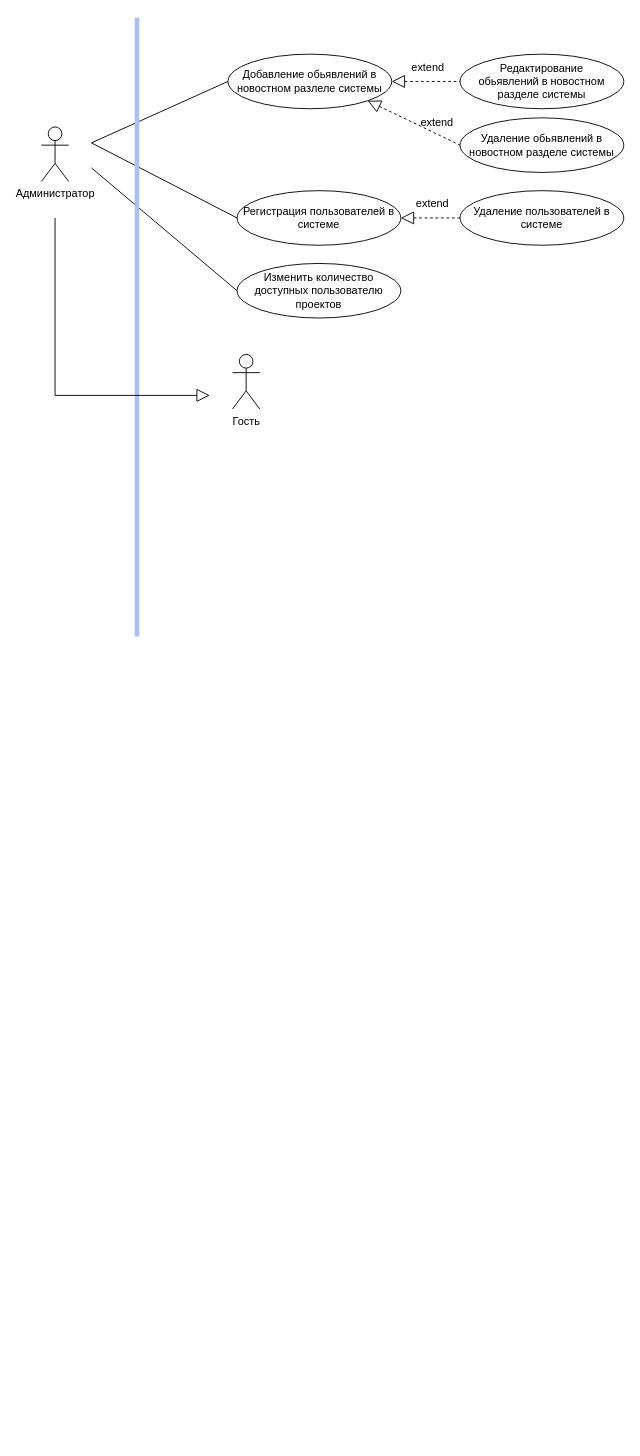
UlrixSingle/task-manager-suai-23 keeps this draw.io diagram as page "Page-4" (4 of 4) of doc/use-case.drawio. Above is the earlier version. Source tidied: cells renumbered, new cells numbered last; positions are measured from the earlier drawing's top-left corner, leaving out a move shared by most shapes. Both pictures are drawn from the tidied source at 91%, with x=0, y=0 at pixel (18, 17).
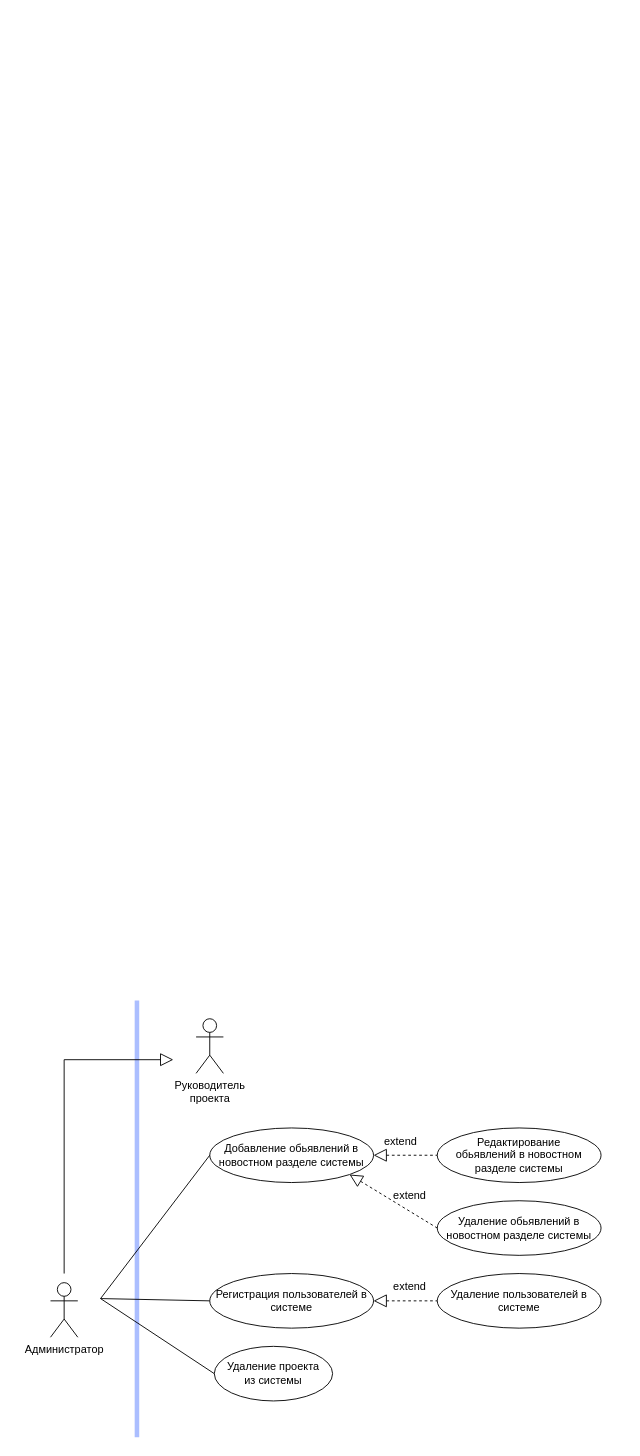
After the change.

Diff of the diagram source:
```diff
@@
-    <mxCell id="0" />
-    <mxCell id="1" parent="0" />
-    <mxCell id="2" style="group;" parent="1" vertex="1">
-      <mxGeometry y="110" width="80" height="110" as="geometry" />
-    </mxCell>
+    <mxCell id="25" />
+    <mxCell id="26" parent="25" />
+    <mxCell id="27" style="endArrow=none;html=1;rounded=0;edgeStyle=orthogonalEdgeStyle;fillColor=#dae8fc;strokeColor=#ABBEFF;strokeWidth=5;" parent="26" edge="1">
+      <mxGeometry relative="1" as="geometry">
+        <mxPoint x="130" y="1560" as="sourcePoint" />
+        <mxPoint x="130" y="1080" as="targetPoint" />
+        <Array as="points">
+          <mxPoint x="130" y="1450" />
+        </Array>
+      </mxGeometry>
+    </mxCell>
+    <mxCell id="28" style="group;" parent="26" vertex="1">
+      <mxGeometry x="10" y="1380" width="80" height="110" as="geometry" />
+    </mxCell>
-    <mxCell id="3" value="Администратор" style="shape=umlActor;verticalLabelPosition=bottom;verticalAlign=top;html=1;" parent="2" vertex="1">
+    <mxCell id="3" value="Администратор" style="shape=umlActor;verticalLabelPosition=bottom;verticalAlign=top;html=1;" parent="28" vertex="1">
       <mxGeometry x="25" y="10" width="30" height="60" as="geometry" />
     </mxCell>
-    <mxCell id="4" style="rounded=0;whiteSpace=wrap;html=1;fillColor=none;strokeColor=none;" parent="2" vertex="1">
-      <mxGeometry width="80" height="110" as="geometry" />
-    </mxCell>
-    <mxCell id="5" style="edgeStyle=none;rounded=0;jumpStyle=none;jumpSize=6;jettySize=auto;html=1;exitX=1;exitY=0.5;exitDx=0;exitDy=0;entryX=0;entryY=0.5;entryDx=0;entryDy=0;dashed=1;startArrow=block;startFill=0;endArrow=none;endFill=0;startSize=12;endSize=12;targetPerimeterSpacing=0;strokeColor=#000000;strokeWidth=1;" parent="1" edge="1" source="7" target="14">
-      <mxGeometry relative="1" as="geometry" />
-    </mxCell>
-    <mxCell id="6" style="edgeStyle=none;rounded=0;jumpStyle=none;jumpSize=6;jettySize=auto;html=1;exitX=1;exitY=1;exitDx=0;exitDy=0;entryX=0;entryY=0.5;entryDx=0;entryDy=0;dashed=1;startArrow=block;startFill=0;endArrow=none;endFill=0;startSize=12;endSize=12;targetPerimeterSpacing=0;strokeColor=#000000;strokeWidth=1;" parent="1" edge="1" source="7" target="15">
-      <mxGeometry relative="1" as="geometry" />
-    </mxCell>
-    <mxCell id="7" value="Добавление обьявлений в новостном разлеле системы" style="ellipse;whiteSpace=wrap;html=1;" parent="1" vertex="1">
-      <mxGeometry x="230" y="40" width="180" height="60" as="geometry" />
-    </mxCell>
-    <mxCell id="8" style="edgeStyle=none;rounded=0;jumpStyle=none;jumpSize=6;jettySize=auto;html=1;exitX=1;exitY=0.25;exitDx=0;exitDy=0;entryX=0;entryY=0.5;entryDx=0;entryDy=0;startArrow=none;startFill=0;endArrow=none;endFill=0;startSize=12;endSize=12;targetPerimeterSpacing=0;strokeColor=#000000;strokeWidth=1;" parent="1" edge="1" source="4" target="7">
-      <mxGeometry relative="1" as="geometry" />
-    </mxCell>
+    <mxCell id="29" style="rounded=0;whiteSpace=wrap;html=1;fillColor=none;strokeColor=none;" parent="28" vertex="1">
+      <mxGeometry width="80" height="110" as="geometry" />
+    </mxCell>
+    <mxCell id="30" style="edgeStyle=none;rounded=0;jumpStyle=none;jumpSize=6;jettySize=auto;html=1;exitX=1;exitY=0.5;exitDx=0;exitDy=0;entryX=0;entryY=0.5;entryDx=0;entryDy=0;dashed=1;startArrow=block;startFill=0;endArrow=none;endFill=0;startSize=12;endSize=12;targetPerimeterSpacing=0;strokeColor=#000000;strokeWidth=1;" parent="26" edge="1" source="32" target="14">
+      <mxGeometry relative="1" as="geometry" />
+    </mxCell>
+    <mxCell id="31" style="edgeStyle=none;rounded=0;jumpStyle=none;jumpSize=6;jettySize=auto;html=1;exitX=1;exitY=1;exitDx=0;exitDy=0;entryX=0;entryY=0.5;entryDx=0;entryDy=0;dashed=1;startArrow=block;startFill=0;endArrow=none;endFill=0;startSize=12;endSize=12;targetPerimeterSpacing=0;strokeColor=#000000;strokeWidth=1;" parent="26" edge="1" source="32" target="15">
+      <mxGeometry relative="1" as="geometry" />
+    </mxCell>
+    <mxCell id="32" value="Добавление обьявлений в новостном разделе системы" style="ellipse;whiteSpace=wrap;html=1;" parent="26" vertex="1">
+      <mxGeometry x="210" y="1220" width="180" height="60" as="geometry" />
+    </mxCell>
+    <mxCell id="33" style="edgeStyle=none;rounded=0;jumpStyle=none;jumpSize=6;jettySize=auto;html=1;exitX=1;exitY=0.25;exitDx=0;exitDy=0;entryX=0;entryY=0.5;entryDx=0;entryDy=0;startArrow=none;startFill=0;endArrow=none;endFill=0;startSize=12;endSize=12;targetPerimeterSpacing=0;strokeColor=#000000;strokeWidth=1;" parent="26" edge="1" source="29" target="32">
+      <mxGeometry relative="1" as="geometry" />
+    </mxCell>
-    <mxCell id="9" style="edgeStyle=none;rounded=0;jumpStyle=none;jumpSize=6;jettySize=auto;html=1;exitX=1;exitY=0.5;exitDx=0;exitDy=0;entryX=0;entryY=0.5;entryDx=0;entryDy=0;dashed=1;startArrow=block;startFill=0;endArrow=none;endFill=0;startSize=12;endSize=12;targetPerimeterSpacing=0;strokeColor=#000000;strokeWidth=1;" parent="1" edge="1" source="10" target="16">
+    <mxCell id="9" style="edgeStyle=none;rounded=0;jumpStyle=none;jumpSize=6;jettySize=auto;html=1;exitX=1;exitY=0.5;exitDx=0;exitDy=0;entryX=0;entryY=0.5;entryDx=0;entryDy=0;dashed=1;startArrow=block;startFill=0;endArrow=none;endFill=0;startSize=12;endSize=12;targetPerimeterSpacing=0;strokeColor=#000000;strokeWidth=1;" parent="26" edge="1" source="10" target="16">
       <mxGeometry relative="1" as="geometry" />
     </mxCell>
-    <mxCell id="10" value="Регистрация пользователей в системе" style="ellipse;whiteSpace=wrap;html=1;" parent="1" vertex="1">
-      <mxGeometry x="240" y="190" width="180" height="60" as="geometry" />
+    <mxCell id="10" value="Регистрация пользователей в системе" style="ellipse;whiteSpace=wrap;html=1;" parent="26" vertex="1">
+      <mxGeometry x="210" y="1380" width="180" height="60" as="geometry" />
     </mxCell>
-    <mxCell id="11" style="edgeStyle=none;rounded=0;jumpStyle=none;jumpSize=6;jettySize=auto;html=1;exitX=1;exitY=0.25;exitDx=0;exitDy=0;entryX=0;entryY=0.5;entryDx=0;entryDy=0;startArrow=none;startFill=0;endArrow=none;endFill=0;startSize=12;endSize=12;targetPerimeterSpacing=0;strokeColor=#000000;strokeWidth=1;" parent="1" edge="1" source="4" target="10">
-      <mxGeometry relative="1" as="geometry" />
-    </mxCell>
-    <mxCell id="12" value="Изменить количество доступных пользователю проектов" style="ellipse;whiteSpace=wrap;html=1;" parent="1" vertex="1">
-      <mxGeometry x="240" y="270" width="180" height="60" as="geometry" />
-    </mxCell>
-    <mxCell id="13" style="edgeStyle=none;rounded=0;jumpStyle=none;jumpSize=6;jettySize=auto;html=1;exitX=1;exitY=0.5;exitDx=0;exitDy=0;entryX=0;entryY=0.5;entryDx=0;entryDy=0;startArrow=none;startFill=0;endArrow=none;endFill=0;startSize=12;endSize=12;targetPerimeterSpacing=0;strokeColor=#000000;strokeWidth=1;" parent="1" edge="1" source="4" target="12">
-      <mxGeometry relative="1" as="geometry" />
-    </mxCell>
+    <mxCell id="34" style="edgeStyle=none;rounded=0;jumpStyle=none;jumpSize=6;jettySize=auto;html=1;exitX=1;exitY=0.25;exitDx=0;exitDy=0;entryX=0;entryY=0.5;entryDx=0;entryDy=0;startArrow=none;startFill=0;endArrow=none;endFill=0;startSize=12;endSize=12;targetPerimeterSpacing=0;strokeColor=#000000;strokeWidth=1;" parent="26" edge="1" source="29" target="10">
+      <mxGeometry relative="1" as="geometry" />
+    </mxCell>
-    <mxCell id="14" value="Редактирование&lt;br&gt;обьявлений в новостном разделе системы" style="ellipse;whiteSpace=wrap;html=1;" parent="1" vertex="1">
-      <mxGeometry x="485" y="40" width="180" height="60" as="geometry" />
+    <mxCell id="14" value="Редактирование&lt;br&gt;обьявлений в новостном разделе системы" style="ellipse;whiteSpace=wrap;html=1;" parent="26" vertex="1">
+      <mxGeometry x="460" y="1220" width="180" height="60" as="geometry" />
     </mxCell>
-    <mxCell id="15" value="Удаление обьявлений в новостном разделе системы" style="ellipse;whiteSpace=wrap;html=1;" parent="1" vertex="1">
-      <mxGeometry x="485" y="110" width="180" height="60" as="geometry" />
+    <mxCell id="15" value="Удаление обьявлений в новостном разделе системы" style="ellipse;whiteSpace=wrap;html=1;" parent="26" vertex="1">
+      <mxGeometry x="460" y="1300" width="180" height="60" as="geometry" />
     </mxCell>
-    <mxCell id="16" value="Удаление пользователей в системе" style="ellipse;whiteSpace=wrap;html=1;" parent="1" vertex="1">
-      <mxGeometry x="485" y="190" width="180" height="60" as="geometry" />
+    <mxCell id="16" value="Удаление пользователей в системе" style="ellipse;whiteSpace=wrap;html=1;" parent="26" vertex="1">
+      <mxGeometry x="460" y="1380" width="180" height="60" as="geometry" />
     </mxCell>
-    <mxCell id="17" value="extend" style="text;html=1;strokeColor=none;fillColor=none;align=center;verticalAlign=middle;whiteSpace=wrap;rounded=0;" parent="1" vertex="1">
-      <mxGeometry x="425" y="190" width="60" height="30" as="geometry" />
-    </mxCell>
-    <mxCell id="18" value="extend" style="text;html=1;strokeColor=none;fillColor=none;align=center;verticalAlign=middle;whiteSpace=wrap;rounded=0;" parent="1" vertex="1">
-      <mxGeometry x="430" y="100" width="60" height="30" as="geometry" />
-    </mxCell>
-    <mxCell id="19" value="extend" style="text;html=1;strokeColor=none;fillColor=none;align=center;verticalAlign=middle;whiteSpace=wrap;rounded=0;" parent="1" vertex="1">
-      <mxGeometry x="420" y="40" width="60" height="30" as="geometry" />
-    </mxCell>
-    <mxCell id="20" style="endArrow=none;html=1;rounded=0;edgeStyle=orthogonalEdgeStyle;fillColor=#dae8fc;strokeColor=#ABBEFF;strokeWidth=5;" parent="1" edge="1">
-      <mxGeometry relative="1" as="geometry">
-        <mxPoint x="130" y="680" as="sourcePoint" />
-        <mxPoint x="130" as="targetPoint" />
-        <Array as="points">
-          <mxPoint x="130" y="525" />
-          <mxPoint x="130" y="475" />
-        </Array>
-      </mxGeometry>
-    </mxCell>
-    <mxCell id="21" style="group;" parent="1" vertex="1">
-      <mxGeometry x="210" y="360" width="80" height="110" as="geometry" />
-    </mxCell>
-    <mxCell id="22" value="Гость" style="shape=umlActor;verticalLabelPosition=bottom;verticalAlign=top;html=1;" parent="21" vertex="1">
-      <mxGeometry x="25" y="10" width="30" height="60" as="geometry" />
-    </mxCell>
-    <mxCell id="23" style="rounded=0;whiteSpace=wrap;html=1;fillColor=none;strokeColor=none;" parent="21" vertex="1">
-      <mxGeometry width="80" height="110" as="geometry" />
-    </mxCell>
-    <mxCell id="24" style="edgeStyle=orthogonalEdgeStyle;rounded=0;jumpStyle=none;jumpSize=6;jettySize=auto;html=1;exitX=0;exitY=0.5;exitDx=0;exitDy=0;entryX=0.5;entryY=1;entryDx=0;entryDy=0;startArrow=block;startFill=0;endArrow=none;endFill=0;startSize=12;endSize=12;targetPerimeterSpacing=0;strokeColor=#000000;strokeWidth=1;" parent="1" edge="1" source="23" target="4">
-      <mxGeometry relative="1" as="geometry" />
-    </mxCell>
+    <mxCell id="35" value="extend" style="text;html=1;strokeColor=none;fillColor=none;align=center;verticalAlign=middle;whiteSpace=wrap;rounded=0;" parent="26" vertex="1">
+      <mxGeometry x="400" y="1380" width="60" height="30" as="geometry" />
+    </mxCell>
+    <mxCell id="36" value="extend" style="text;html=1;strokeColor=none;fillColor=none;align=center;verticalAlign=middle;whiteSpace=wrap;rounded=0;" parent="26" vertex="1">
+      <mxGeometry x="400" y="1280" width="60" height="30" as="geometry" />
+    </mxCell>
+    <mxCell id="37" value="extend" style="text;html=1;strokeColor=none;fillColor=none;align=center;verticalAlign=middle;whiteSpace=wrap;rounded=0;" parent="26" vertex="1">
+      <mxGeometry x="390" y="1220" width="60" height="30" as="geometry" />
+    </mxCell>
+    <mxCell id="38" value="Удаление проекта&lt;br&gt;из системы" style="ellipse;whiteSpace=wrap;html=1;" parent="26" vertex="1">
+      <mxGeometry x="215" y="1460" width="130" height="60" as="geometry" />
+    </mxCell>
+    <mxCell id="39" style="edgeStyle=none;rounded=0;jettySize=auto;html=1;exitX=1;exitY=0.25;exitDx=0;exitDy=0;entryX=0;entryY=0.5;entryDx=0;entryDy=0;endArrow=none;endFill=0;startSize=12;endSize=12;" parent="26" edge="1" source="29" target="38">
+      <mxGeometry relative="1" as="geometry" />
+    </mxCell>
+    <mxCell id="40" style="group;" parent="26" vertex="1">
+      <mxGeometry x="170" y="1090" width="80" height="110" as="geometry" />
+    </mxCell>
+    <mxCell id="41" value="Руководитель&lt;br&gt;проекта" style="shape=umlActor;verticalLabelPosition=bottom;verticalAlign=top;html=1;" parent="40" vertex="1">
+      <mxGeometry x="25" y="10" width="30" height="60" as="geometry" />
+    </mxCell>
+    <mxCell id="42" style="rounded=0;whiteSpace=wrap;html=1;fillColor=none;strokeColor=none;" parent="40" vertex="1">
+      <mxGeometry width="80" height="110" as="geometry" />
+    </mxCell>
+    <mxCell id="43" style="edgeStyle=orthogonalEdgeStyle;rounded=0;jettySize=auto;html=1;exitX=0.5;exitY=0;exitDx=0;exitDy=0;entryX=0;entryY=0.5;entryDx=0;entryDy=0;endArrow=block;endFill=0;startSize=12;endSize=12;" parent="26" edge="1" source="29" target="42">
+      <mxGeometry relative="1" as="geometry" />
+    </mxCell>
```
